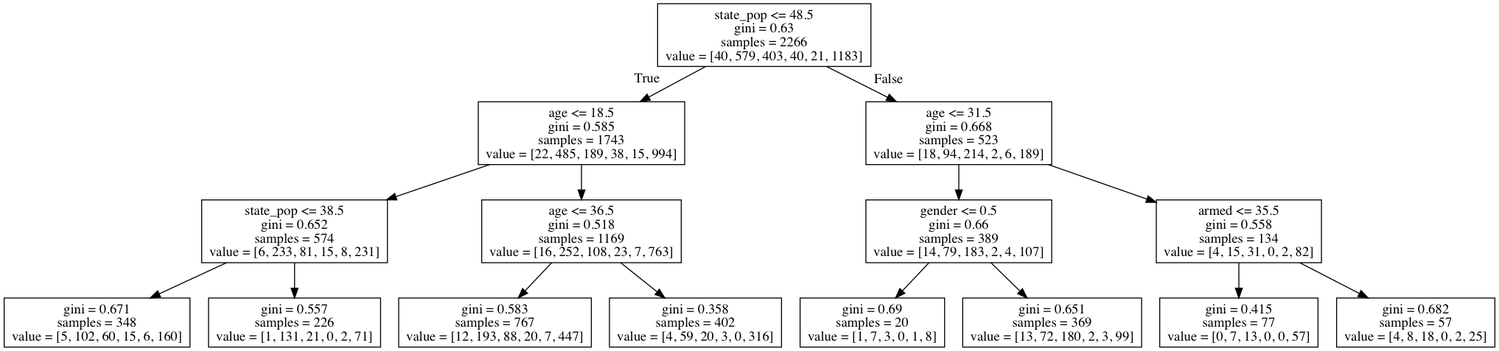
Above: Notebooks/race_classification.png in mpjimenez/KDD_Group_Project (Graphviz), before the change. Its source is kept beside it as Notebooks/race_classification.dot.
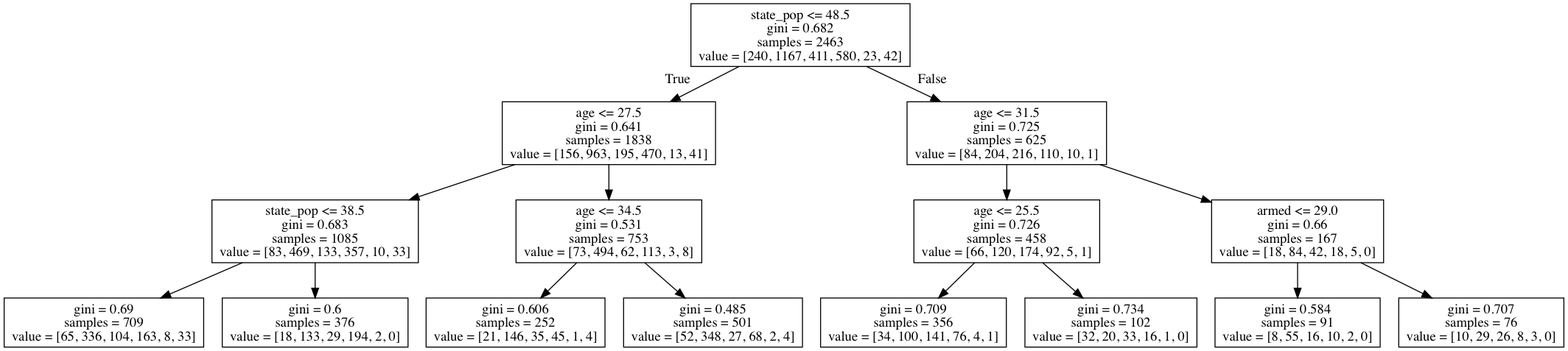
The same file after the commit.

The edit, as a diff of the source:
```diff
@@ -1,32 +1,32 @@
 digraph Tree {
 node [shape=box] ;
-0 [label="state_pop <= 48.5\ngini = 0.63\nsamples = 2266\nvalue = [40, 579, 403, 40, 21, 1183]"] ;
-1 [label="age <= 18.5\ngini = 0.585\nsamples = 1743\nvalue = [22, 485, 189, 38, 15, 994]"] ;
+0 [label="state_pop <= 48.5\ngini = 0.682\nsamples = 2463\nvalue = [240, 1167, 411, 580, 23, 42]"] ;
+1 [label="age <= 27.5\ngini = 0.641\nsamples = 1838\nvalue = [156, 963, 195, 470, 13, 41]"] ;
 0 -> 1 [labeldistance=2.5, labelangle=45, headlabel="True"] ;
-2 [label="state_pop <= 38.5\ngini = 0.652\nsamples = 574\nvalue = [6, 233, 81, 15, 8, 231]"] ;
+2 [label="state_pop <= 38.5\ngini = 0.683\nsamples = 1085\nvalue = [83, 469, 133, 357, 10, 33]"] ;
 1 -> 2 ;
-3 [label="gini = 0.671\nsamples = 348\nvalue = [5, 102, 60, 15, 6, 160]"] ;
+3 [label="gini = 0.69\nsamples = 709\nvalue = [65, 336, 104, 163, 8, 33]"] ;
 2 -> 3 ;
-4 [label="gini = 0.557\nsamples = 226\nvalue = [1, 131, 21, 0, 2, 71]"] ;
+4 [label="gini = 0.6\nsamples = 376\nvalue = [18, 133, 29, 194, 2, 0]"] ;
 2 -> 4 ;
-5 [label="age <= 36.5\ngini = 0.518\nsamples = 1169\nvalue = [16, 252, 108, 23, 7, 763]"] ;
+5 [label="age <= 34.5\ngini = 0.531\nsamples = 753\nvalue = [73, 494, 62, 113, 3, 8]"] ;
 1 -> 5 ;
-6 [label="gini = 0.583\nsamples = 767\nvalue = [12, 193, 88, 20, 7, 447]"] ;
+6 [label="gini = 0.606\nsamples = 252\nvalue = [21, 146, 35, 45, 1, 4]"] ;
 5 -> 6 ;
-7 [label="gini = 0.358\nsamples = 402\nvalue = [4, 59, 20, 3, 0, 316]"] ;
+7 [label="gini = 0.485\nsamples = 501\nvalue = [52, 348, 27, 68, 2, 4]"] ;
 5 -> 7 ;
-8 [label="age <= 31.5\ngini = 0.668\nsamples = 523\nvalue = [18, 94, 214, 2, 6, 189]"] ;
+8 [label="age <= 31.5\ngini = 0.725\nsamples = 625\nvalue = [84, 204, 216, 110, 10, 1]"] ;
 0 -> 8 [labeldistance=2.5, labelangle=-45, headlabel="False"] ;
-9 [label="gender <= 0.5\ngini = 0.66\nsamples = 389\nvalue = [14, 79, 183, 2, 4, 107]"] ;
+9 [label="age <= 25.5\ngini = 0.726\nsamples = 458\nvalue = [66, 120, 174, 92, 5, 1]"] ;
 8 -> 9 ;
-10 [label="gini = 0.69\nsamples = 20\nvalue = [1, 7, 3, 0, 1, 8]"] ;
+10 [label="gini = 0.709\nsamples = 356\nvalue = [34, 100, 141, 76, 4, 1]"] ;
 9 -> 10 ;
-11 [label="gini = 0.651\nsamples = 369\nvalue = [13, 72, 180, 2, 3, 99]"] ;
+11 [label="gini = 0.734\nsamples = 102\nvalue = [32, 20, 33, 16, 1, 0]"] ;
 9 -> 11 ;
-12 [label="armed <= 35.5\ngini = 0.558\nsamples = 134\nvalue = [4, 15, 31, 0, 2, 82]"] ;
+12 [label="armed <= 29.0\ngini = 0.66\nsamples = 167\nvalue = [18, 84, 42, 18, 5, 0]"] ;
 8 -> 12 ;
-13 [label="gini = 0.415\nsamples = 77\nvalue = [0, 7, 13, 0, 0, 57]"] ;
+13 [label="gini = 0.584\nsamples = 91\nvalue = [8, 55, 16, 10, 2, 0]"] ;
 12 -> 13 ;
-14 [label="gini = 0.682\nsamples = 57\nvalue = [4, 8, 18, 0, 2, 25]"] ;
+14 [label="gini = 0.707\nsamples = 76\nvalue = [10, 29, 26, 8, 3, 0]"] ;
 12 -> 14 ;
 }
```
